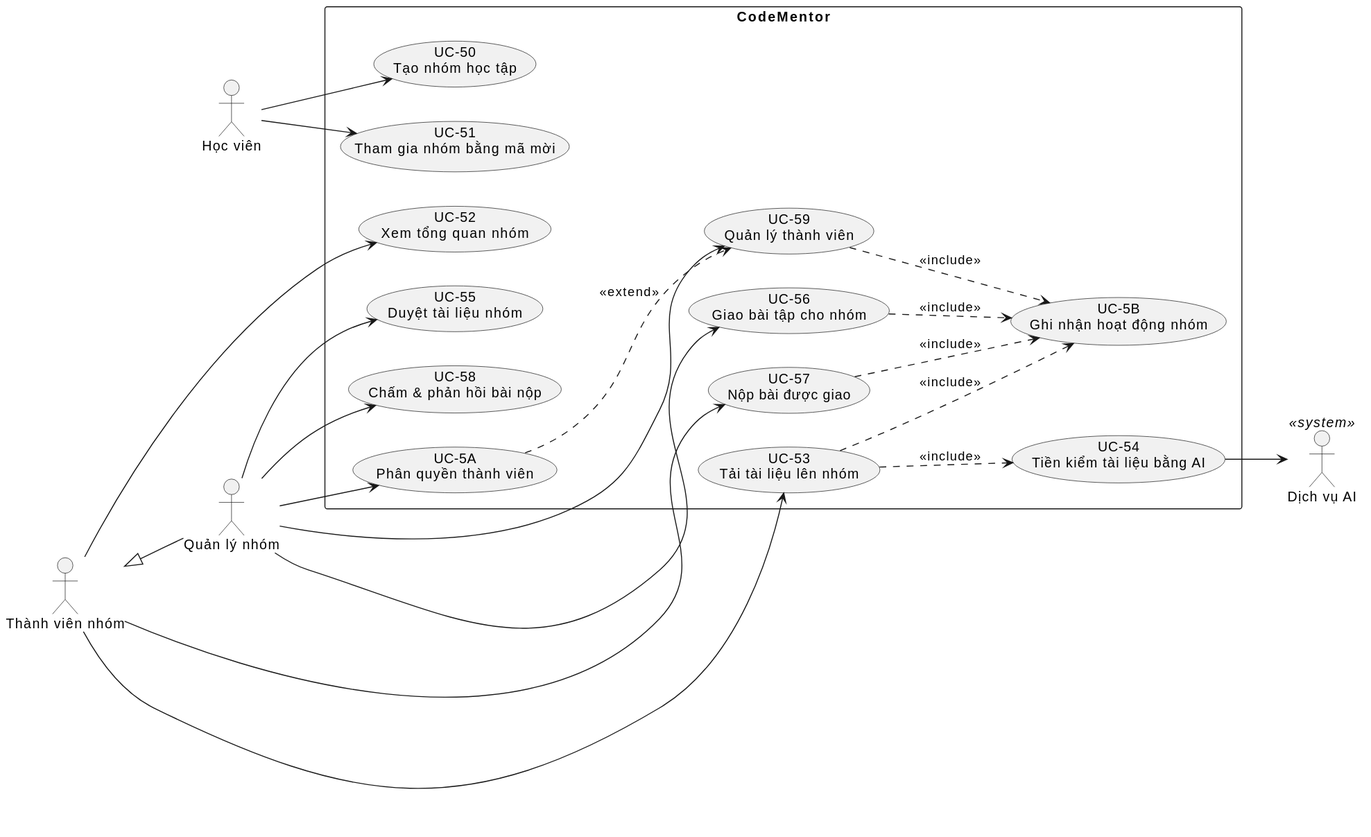
Before: docs/diagrams/p6-groups.svg, a diagram exported from PlantUML (codementor-official/codementor-infra).
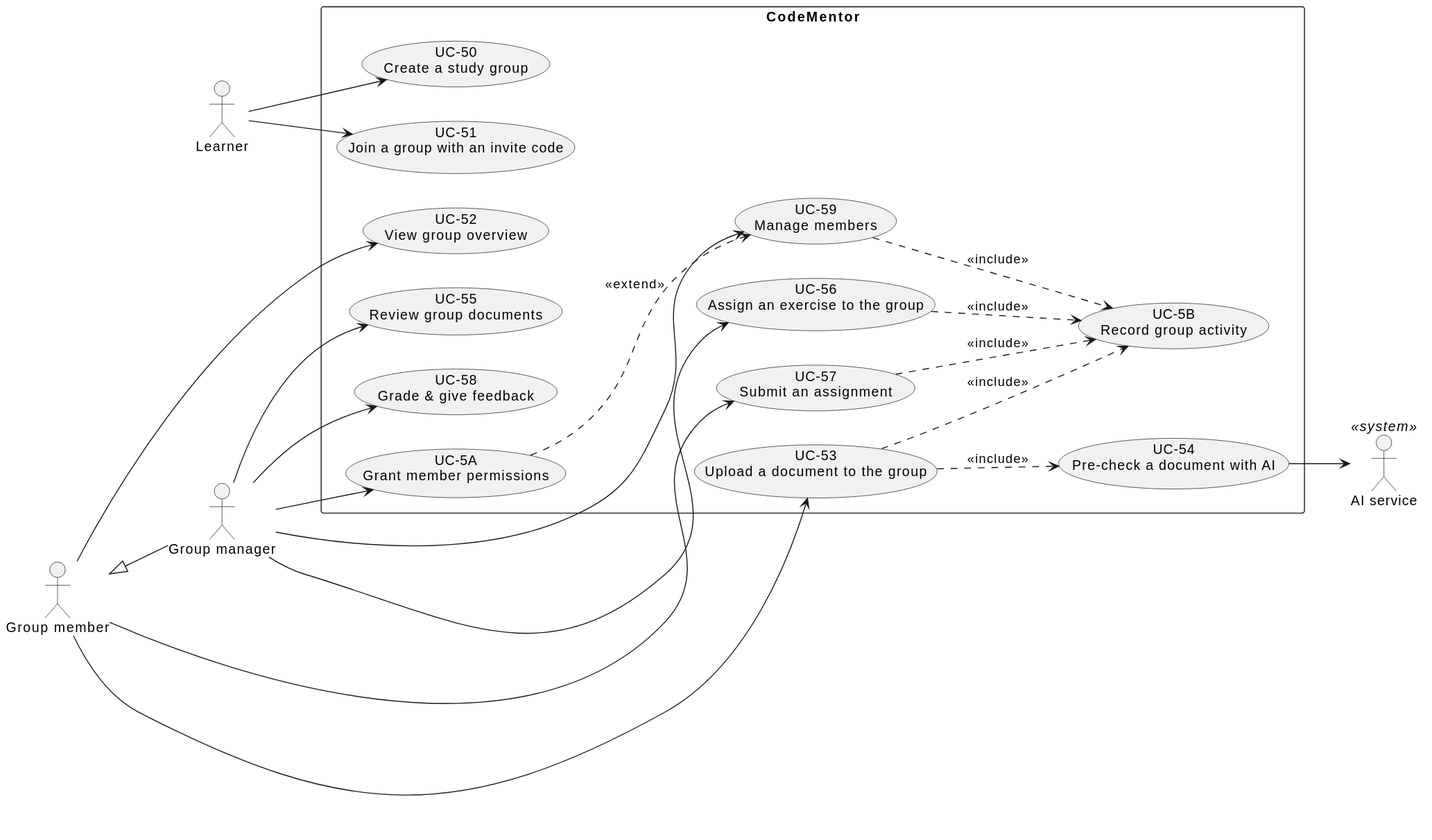
Later version of the same file.

What changed in the source:
```diff
@@ -1,24 +1,24 @@
 @startuml
 left to right direction
 
-actor "Học viên" as Learner
-actor "Thành viên nhóm" as GMember
-actor "Quản lý nhóm" as GManager
+actor "Learner" as Learner
+actor "Group member" as GMember
+actor "Group manager" as GManager
 GMember <|-- GManager
 
 rectangle "CodeMentor" {
-  usecase "UC-50\nTạo nhóm học tập" as UC50
-  usecase "UC-51\nTham gia nhóm bằng mã mời" as UC51
-  usecase "UC-52\nXem tổng quan nhóm" as UC52
-  usecase "UC-53\nTải tài liệu lên nhóm" as UC53
-  usecase "UC-54\nTiền kiểm tài liệu bằng AI" as UC54
-  usecase "UC-55\nDuyệt tài liệu nhóm" as UC55
-  usecase "UC-56\nGiao bài tập cho nhóm" as UC56
-  usecase "UC-57\nNộp bài được giao" as UC57
-  usecase "UC-58\nChấm & phản hồi bài nộp" as UC58
-  usecase "UC-59\nQuản lý thành viên" as UC59
-  usecase "UC-5A\nPhân quyền thành viên" as UC5A
-  usecase "UC-5B\nGhi nhận hoạt động nhóm" as UC5B
+  usecase "UC-50\nCreate a study group" as UC50
+  usecase "UC-51\nJoin a group with an invite code" as UC51
+  usecase "UC-52\nView group overview" as UC52
+  usecase "UC-53\nUpload a document to the group" as UC53
+  usecase "UC-54\nPre-check a document with AI" as UC54
+  usecase "UC-55\nReview group documents" as UC55
+  usecase "UC-56\nAssign an exercise to the group" as UC56
+  usecase "UC-57\nSubmit an assignment" as UC57
+  usecase "UC-58\nGrade & give feedback" as UC58
+  usecase "UC-59\nManage members" as UC59
+  usecase "UC-5A\nGrant member permissions" as UC5A
+  usecase "UC-5B\nRecord group activity" as UC5B
 
   UC53 ..> UC54 : <<include>>
   UC53 ..> UC5B : <<include>>
@@ -28,7 +28,7 @@
   UC5A ..> UC59 : <<extend>>
 }
 
-actor "Dịch vụ AI" as AI <<system>>
+actor "AI service" as AI <<system>>
 
 Learner  --> UC50
 Learner  --> UC51
```
